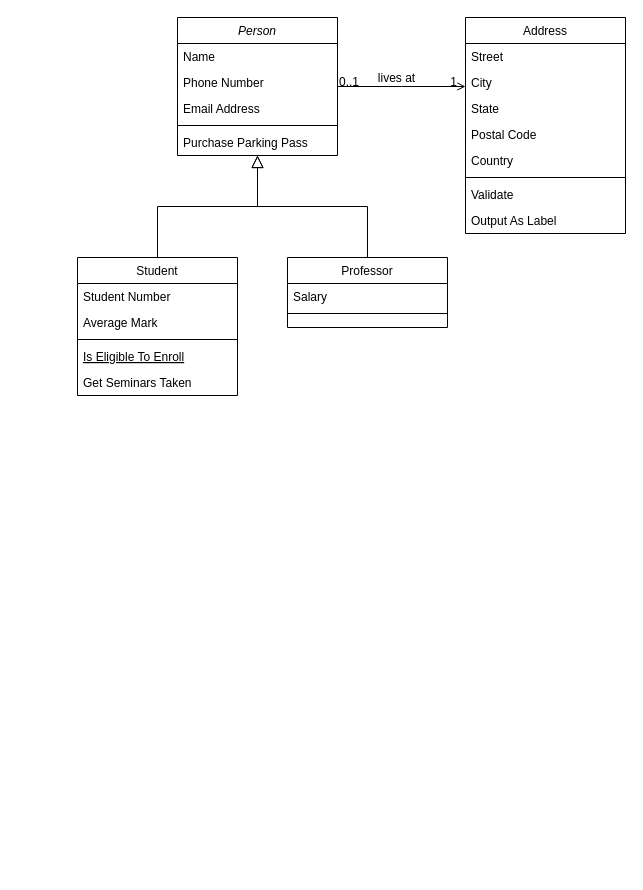
This is Diagram Tanpa Judul.drawio from mayasaridiyan/mayasaridiyan.github.io, a draw.io file, before an edit. Source tidied: cells renumbered, new cells numbered last; positions are measured from the earlier drawing's top-left corner, leaving out a move shared by most shapes. Both pictures are drawn from the tidied source at 100%, with x=0, y=0 at pixel (77, 17).
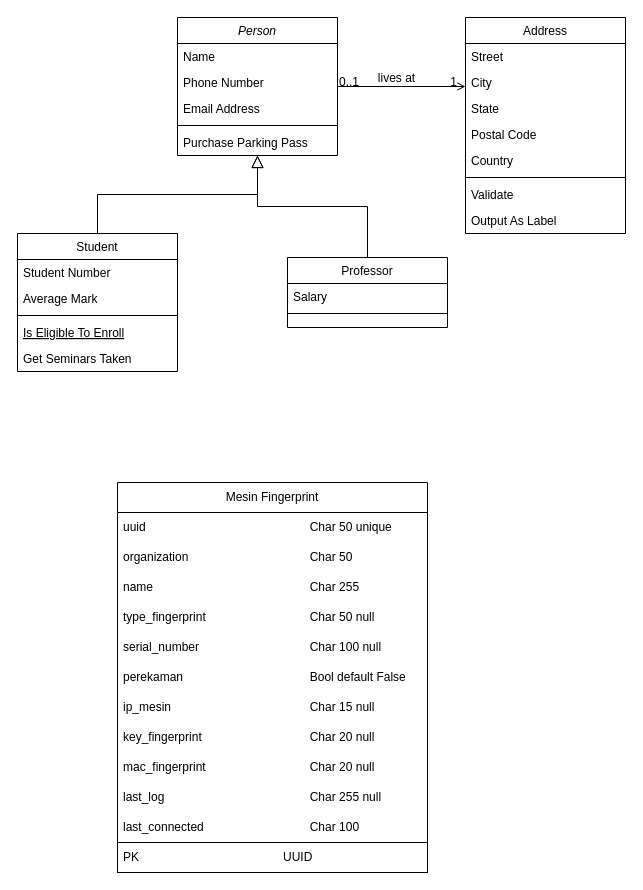
Above is the later version.

The edit, as a diff of the source:
```diff
@@
     <mxCell id="8" value="Student" style="swimlane;fontStyle=0;align=center;verticalAlign=top;horizontal=1;startSize=26;rounded=0;shadow=0;strokeWidth=1;" parent="1" vertex="1">
-      <mxGeometry y="240" width="160" height="138" as="geometry" />
+      <mxGeometry x="-60" y="216" width="160" height="138" as="geometry" />
     </mxCell>
@@
+    <mxCell id="32" value="Mesin Fingerprint" style="swimlane;fontStyle=0;horizontal=1;startSize=30;whiteSpace=wrap;html=1;" parent="1" vertex="1">
+      <mxGeometry x="40" y="465" width="310" height="390" as="geometry" />
+    </mxCell>
+    <mxCell id="33" value="uuid&lt;span style=&quot;white-space: pre;&quot;&gt;&#9;&lt;/span&gt;&lt;span style=&quot;white-space: pre;&quot;&gt;&#9;&lt;/span&gt;&lt;span style=&quot;white-space: pre;&quot;&gt;&#9;&lt;/span&gt;&lt;span style=&quot;white-space: pre;&quot;&gt;&#9;&lt;/span&gt;&lt;span style=&quot;white-space: pre;&quot;&gt;&#9;&lt;/span&gt;&lt;span style=&quot;white-space: pre;&quot;&gt;&#9;&lt;span style=&quot;white-space: pre;&quot;&gt;&#9;&lt;/span&gt;&lt;/span&gt;Char 50 unique" style="text;strokeColor=none;fillColor=none;align=left;verticalAlign=middle;spacingLeft=4;spacingRight=4;overflow=hidden;whiteSpace=wrap;html=1;" parent="32" vertex="1">
+      <mxGeometry y="30" width="310" height="30" as="geometry" />
+    </mxCell>
+    <mxCell id="34" value="organization&lt;span style=&quot;white-space: pre;&quot;&gt;&#9;&lt;/span&gt;&lt;span style=&quot;white-space: pre;&quot;&gt;&#9;&lt;/span&gt;&lt;span style=&quot;white-space: pre;&quot;&gt;&#9;&lt;/span&gt;&lt;span style=&quot;white-space: pre;&quot;&gt;&#9;&lt;span style=&quot;white-space: pre;&quot;&gt;&#9;&lt;/span&gt;&lt;/span&gt;Char 50" style="text;strokeColor=none;fillColor=none;align=left;verticalAlign=middle;spacingLeft=4;spacingRight=4;overflow=hidden;whiteSpace=wrap;html=1;" parent="32" vertex="1">
+      <mxGeometry y="60" width="310" height="30" as="geometry" />
+    </mxCell>
+    <mxCell id="35" value="name&lt;span style=&quot;white-space: pre;&quot;&gt;&#9;&lt;/span&gt;&lt;span style=&quot;white-space: pre;&quot;&gt;&#9;&lt;/span&gt;&lt;span style=&quot;white-space: pre;&quot;&gt;&#9;&lt;/span&gt;&lt;span style=&quot;white-space: pre;&quot;&gt;&#9;&lt;/span&gt;&lt;span style=&quot;white-space: pre;&quot;&gt;&#9;&lt;span style=&quot;white-space: pre;&quot;&gt;&#9;&lt;/span&gt;&lt;/span&gt;Char 255" style="text;strokeColor=none;fillColor=none;align=left;verticalAlign=middle;spacingLeft=4;spacingRight=4;overflow=hidden;whiteSpace=wrap;html=1;" parent="32" vertex="1">
+      <mxGeometry y="90" width="310" height="30" as="geometry" />
+    </mxCell>
+    <mxCell id="36" value="type_fingerprint&lt;span style=&quot;white-space: pre;&quot;&gt;&#9;&lt;/span&gt;&lt;span style=&quot;white-space: pre;&quot;&gt;&#9;&lt;/span&gt;&lt;span style=&quot;white-space: pre;&quot;&gt;&#9;&lt;/span&gt;&lt;span style=&quot;white-space: pre;&quot;&gt;&#9;&lt;/span&gt;Char 50 null" style="text;strokeColor=none;fillColor=none;align=left;verticalAlign=middle;spacingLeft=4;spacingRight=4;overflow=hidden;whiteSpace=wrap;html=1;" parent="32" vertex="1">
+      <mxGeometry y="120" width="310" height="30" as="geometry" />
+    </mxCell>
+    <mxCell id="37" value="serial_number&lt;span style=&quot;white-space: pre;&quot;&gt;&#9;&lt;/span&gt;&lt;span style=&quot;white-space: pre;&quot;&gt;&#9;&lt;/span&gt;&lt;span style=&quot;white-space: pre;&quot;&gt;&#9;&lt;span style=&quot;white-space: pre;&quot;&gt;&#9;&lt;/span&gt;&lt;/span&gt;&lt;span style=&quot;white-space: pre;&quot;&gt;&#9;&lt;/span&gt;Char 100 null" style="text;strokeColor=none;fillColor=none;align=left;verticalAlign=middle;spacingLeft=4;spacingRight=4;overflow=hidden;whiteSpace=wrap;html=1;" parent="32" vertex="1">
+      <mxGeometry y="150" width="310" height="30" as="geometry" />
+    </mxCell>
+    <mxCell id="38" value="perekaman&lt;span style=&quot;white-space: pre;&quot;&gt;&#9;&lt;/span&gt;&lt;span style=&quot;white-space: pre;&quot;&gt;&#9;&lt;/span&gt;&lt;span style=&quot;white-space: pre;&quot;&gt;&#9;&lt;span style=&quot;white-space: pre;&quot;&gt;&#9;&lt;span style=&quot;white-space: pre;&quot;&gt;&#9;&lt;/span&gt;Bool&lt;/span&gt; &lt;/span&gt;default False" style="text;strokeColor=none;fillColor=none;align=left;verticalAlign=middle;spacingLeft=4;spacingRight=4;overflow=hidden;whiteSpace=wrap;html=1;" parent="32" vertex="1">
+      <mxGeometry y="180" width="310" height="30" as="geometry" />
+    </mxCell>
+    <mxCell id="39" value="ip_mesin&lt;span style=&quot;white-space: pre;&quot;&gt;&#9;&lt;/span&gt;&lt;span style=&quot;white-space: pre;&quot;&gt;&#9;&lt;/span&gt;&lt;span style=&quot;white-space: pre;&quot;&gt;&#9;&lt;/span&gt;&lt;span style=&quot;white-space: pre;&quot;&gt;&#9;&lt;span style=&quot;white-space: pre;&quot;&gt;&#9;&lt;/span&gt;&lt;/span&gt;&lt;span style=&quot;white-space: pre;&quot;&gt;&#9;&lt;/span&gt;Char 15 null" style="text;strokeColor=none;fillColor=none;align=left;verticalAlign=middle;spacingLeft=4;spacingRight=4;overflow=hidden;whiteSpace=wrap;html=1;" parent="32" vertex="1">
+      <mxGeometry y="210" width="310" height="30" as="geometry" />
+    </mxCell>
+    <mxCell id="40" value="key_fingerprint&lt;span style=&quot;white-space: pre;&quot;&gt;&#9;&lt;/span&gt;&lt;span style=&quot;white-space: pre;&quot;&gt;&#9;&lt;/span&gt;&lt;span style=&quot;white-space: pre;&quot;&gt;&#9;&lt;/span&gt;&lt;span style=&quot;white-space: pre;&quot;&gt;&#9;&lt;/span&gt;Char 20 null" style="text;strokeColor=none;fillColor=none;align=left;verticalAlign=middle;spacingLeft=4;spacingRight=4;overflow=hidden;whiteSpace=wrap;html=1;" parent="32" vertex="1">
+      <mxGeometry y="240" width="310" height="30" as="geometry" />
+    </mxCell>
+    <mxCell id="41" value="mac_fingerprint&lt;span style=&quot;white-space: pre;&quot;&gt;&#9;&lt;/span&gt;&lt;span style=&quot;white-space: pre;&quot;&gt;&#9;&lt;/span&gt;&lt;span style=&quot;white-space: pre;&quot;&gt;&#9;&lt;/span&gt;&lt;span style=&quot;white-space: pre;&quot;&gt;&#9;&lt;/span&gt;Char 20 null" style="text;strokeColor=none;fillColor=none;align=left;verticalAlign=middle;spacingLeft=4;spacingRight=4;overflow=hidden;whiteSpace=wrap;html=1;" parent="32" vertex="1">
+      <mxGeometry y="270" width="310" height="30" as="geometry" />
+    </mxCell>
+    <mxCell id="42" value="last_log&lt;span style=&quot;white-space: pre;&quot;&gt;&#9;&lt;/span&gt;&lt;span style=&quot;white-space: pre;&quot;&gt;&#9;&lt;/span&gt;&lt;span style=&quot;white-space: pre;&quot;&gt;&#9;&lt;/span&gt;&lt;span style=&quot;white-space: pre;&quot;&gt;&#9;&lt;/span&gt;&lt;span style=&quot;white-space: pre;&quot;&gt;&#9;&lt;/span&gt;&lt;span style=&quot;white-space: pre;&quot;&gt;&#9;&lt;/span&gt;Char 255 null" style="text;strokeColor=none;fillColor=none;align=left;verticalAlign=middle;spacingLeft=4;spacingRight=4;overflow=hidden;whiteSpace=wrap;html=1;" parent="32" vertex="1">
+      <mxGeometry y="300" width="310" height="30" as="geometry" />
+    </mxCell>
+    <mxCell id="43" value="&lt;code&gt;&lt;font face=&quot;Helvetica&quot;&gt;last_connected&lt;span style=&quot;white-space: pre;&quot;&gt;&#9;&lt;/span&gt;&lt;span style=&quot;white-space: pre;&quot;&gt;&#9;&amp;nbsp;&lt;/span&gt;&amp;nbsp;&lt;span style=&quot;white-space: pre;&quot;&gt;&#9;&lt;/span&gt;&lt;span style=&quot;white-space: pre;&quot;&gt;&#9;&lt;/span&gt;Char 100&lt;/font&gt;&lt;/code&gt;" style="text;strokeColor=none;fillColor=none;align=left;verticalAlign=middle;spacingLeft=4;spacingRight=4;overflow=hidden;whiteSpace=wrap;html=1;" parent="32" vertex="1">
+      <mxGeometry y="330" width="310" height="30" as="geometry" />
+    </mxCell>
+    <mxCell id="44" value="PK&lt;span style=&quot;white-space: pre;&quot;&gt;&#9;&lt;/span&gt;&lt;span style=&quot;white-space: pre;&quot;&gt;&#9;&lt;/span&gt;&lt;span style=&quot;white-space: pre;&quot;&gt;&#9;&lt;/span&gt;&lt;span style=&quot;white-space: pre;&quot;&gt;&#9;&lt;/span&gt;&lt;span style=&quot;white-space: pre;&quot;&gt;&#9;&lt;/span&gt;&lt;span style=&quot;white-space: pre;&quot;&gt;&#9;&lt;/span&gt;UUID" style="text;strokeColor=default;fillColor=none;align=left;verticalAlign=middle;spacingLeft=4;spacingRight=4;overflow=hidden;whiteSpace=wrap;html=1;" parent="32" vertex="1">
+      <mxGeometry y="360" width="310" height="30" as="geometry" />
+    </mxCell>
```
